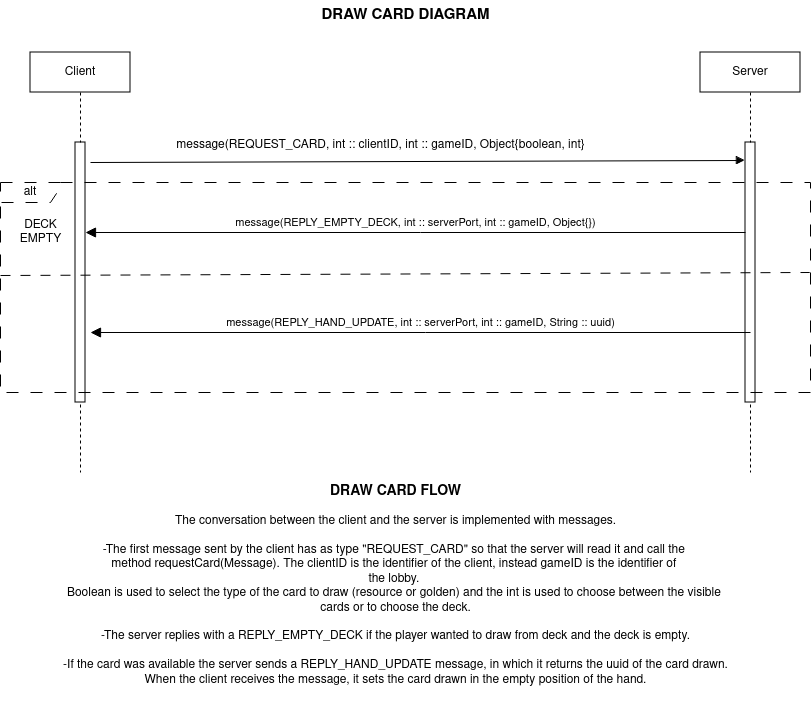
RogerTWS02/ing-sw-2024-Esposito-Falzoni-Frisone-Grassi keeps this draw.io diagram as deliverables/network_diagrams_drawio/draw_card_diagram.png. Above is the earlier version. Source tidied: cells renumbered, new cells last; positions are measured from the earlier drawing's top-left corner, leaving out a move shared by most shapes. Source of this version:
```xml
<mxGraphModel>
  <root>
    <mxCell id="0" />
    <mxCell id="1" parent="0" />
    <mxCell id="2" value="Server" style="shape=umlLifeline;perimeter=lifelinePerimeter;whiteSpace=wrap;html=1;newEdgeStyle={&quot;edgeStyle&quot;:&quot;elbowEdgeStyle&quot;,&quot;elbow&quot;:&quot;vertical&quot;,&quot;curved&quot;:0,&quot;rounded&quot;:0};" parent="1" vertex="1">
      <mxGeometry x="700" y="52" width="100" height="420" as="geometry" />
    </mxCell>
    <mxCell id="3" style="html=1;perimeter=orthogonalPerimeter;targetShapes=umlLifeline;newEdgeStyle={&quot;curved&quot;:0,&quot;rounded&quot;:0};" parent="2" vertex="1">
      <mxGeometry x="45" y="90" width="10" height="260" as="geometry" />
    </mxCell>
    <mxCell id="4" value="Client" style="shape=umlLifeline;perimeter=lifelinePerimeter;whiteSpace=wrap;html=1;newEdgeStyle={&quot;edgeStyle&quot;:&quot;elbowEdgeStyle&quot;,&quot;elbow&quot;:&quot;vertical&quot;,&quot;curved&quot;:0,&quot;rounded&quot;:0};" parent="1" vertex="1">
      <mxGeometry x="30" y="52" width="100" height="420" as="geometry" />
    </mxCell>
    <mxCell id="5" style="html=1;perimeter=orthogonalPerimeter;targetShapes=umlLifeline;newEdgeStyle={&quot;curved&quot;:0,&quot;rounded&quot;:0};" parent="4" vertex="1">
      <mxGeometry x="45" y="90" width="10" height="260" as="geometry" />
    </mxCell>
    <mxCell id="6" value="&lt;b&gt;&lt;font style=&quot;font-size: 15px;&quot;&gt;DRAW CARD DIAGRAM&lt;/font&gt;&lt;/b&gt;" style="text;html=1;align=center;verticalAlign=middle;strokeColor=none;fillColor=none;" parent="1" vertex="1">
      <mxGeometry x="310" width="190" height="30" as="geometry" />
    </mxCell>
    <mxCell id="7" style="html=1;verticalAlign=bottom;labelBackgroundColor=none;endArrow=block;endFill=1;rounded=0;" parent="1" edge="1">
      <mxGeometry relative="1" as="geometry">
        <mxPoint x="90" y="162" as="sourcePoint" />
        <mxPoint x="744.5" y="160" as="targetPoint" />
      </mxGeometry>
    </mxCell>
    <mxCell id="8" value="message(REQUEST_CARD, int :: clientID, int :: gameID, Object{boolean, int}" style="text;html=1;align=center;verticalAlign=middle;strokeColor=none;fillColor=none;" parent="1" vertex="1">
      <mxGeometry x="165" y="130" width="430" height="30" as="geometry" />
    </mxCell>
    <mxCell id="9" value="&lt;div&gt;&lt;b&gt;&lt;font style=&quot;font-size: 14px;&quot;&gt;DRAW CARD FLOW&lt;/font&gt;&lt;/b&gt;&lt;/div&gt;&lt;div&gt;&lt;br&gt;&lt;/div&gt;The conversation between the client and the server is implemented with messages.&lt;div&gt;&lt;br&gt;&lt;/div&gt;&lt;div&gt;-The first message sent by the client has as type &quot;REQUEST_CARD&quot; so that the server will read it and call the&amp;nbsp;&lt;/div&gt;&lt;div&gt;method requestCard(Message). The clientID is the identifier of the client, instead gameID is the identifier of&amp;nbsp;&lt;/div&gt;&lt;div&gt;the lobby.&amp;nbsp;&lt;/div&gt;&lt;div&gt;Boolean is used to select the type of the card to draw (resource or golden) and the int is used to choose between the visible&amp;nbsp;&lt;/div&gt;&lt;div&gt;cards or to choose the deck.&lt;/div&gt;&lt;div&gt;&lt;br&gt;&lt;/div&gt;&lt;div&gt;-The server replies with a REPLY_EMPTY_DECK if the player wanted to draw from deck and the deck is empty.&lt;/div&gt;&lt;div&gt;&lt;br&gt;&lt;/div&gt;&lt;div&gt;-If the card was available the server sends a REPLY_HAND_UPDATE message, in which it returns the uuid of the card drawn.&lt;/div&gt;&lt;div&gt;When the client receives the message, it sets the card drawn in the empty position of the hand.&lt;br&gt;&lt;div&gt;&lt;br&gt;&lt;/div&gt;&lt;/div&gt;" style="text;html=1;align=center;verticalAlign=middle;strokeColor=none;fillColor=none;" parent="1" vertex="1">
      <mxGeometry x="50" y="477" width="690" height="230" as="geometry" />
    </mxCell>
    <mxCell id="10" value="alt" style="shape=umlFrame;whiteSpace=wrap;html=1;width=60;height=20;dashed=1;dashPattern=12 12;" parent="1" vertex="1">
      <mxGeometry y="182" width="810" height="210" as="geometry" />
    </mxCell>
    <mxCell id="11" value="message(REPLY_EMPTY_DECK, int :: serverPort, int :: gameID, Object{})" style="endArrow=block;startArrow=none;endFill=1;startFill=0;endSize=8;html=1;verticalAlign=bottom;labelBackgroundColor=none;rounded=0;" parent="10" edge="1">
      <mxGeometry relative="1" as="geometry">
        <mxPoint x="745" y="50" as="sourcePoint" />
        <mxPoint x="85" y="50" as="targetPoint" />
      </mxGeometry>
    </mxCell>
    <mxCell id="12" value="DECK&lt;div&gt;EMPTY&lt;/div&gt;" style="text;html=1;align=center;verticalAlign=middle;strokeColor=none;fillColor=none;" parent="10" vertex="1">
      <mxGeometry x="10" y="30" width="60" height="40" as="geometry" />
    </mxCell>
    <mxCell id="13" style="endArrow=none;startArrow=none;endFill=0;startFill=0;endSize=8;html=1;verticalAlign=bottom;dashed=1;labelBackgroundColor=none;dashPattern=10 10;rounded=0;entryX=1;entryY=0.424;entryDx=0;entryDy=0;entryPerimeter=0;exitX=0.001;exitY=0.436;exitDx=0;exitDy=0;exitPerimeter=0;" parent="10" edge="1">
      <mxGeometry relative="1" as="geometry">
        <mxPoint y="93" as="sourcePoint" />
        <mxPoint x="809.2" y="90" as="targetPoint" />
      </mxGeometry>
    </mxCell>
    <mxCell id="14" value="message(REPLY_HAND_UPDATE, int :: serverPort, int :: gameID, String :: uuid)" style="endArrow=block;startArrow=none;endFill=1;startFill=0;endSize=8;html=1;verticalAlign=bottom;labelBackgroundColor=none;rounded=0;" parent="10" edge="1">
      <mxGeometry relative="1" as="geometry">
        <mxPoint x="750" y="150" as="sourcePoint" />
        <mxPoint x="90" y="150" as="targetPoint" />
      </mxGeometry>
    </mxCell>
  </root>
</mxGraphModel>
```
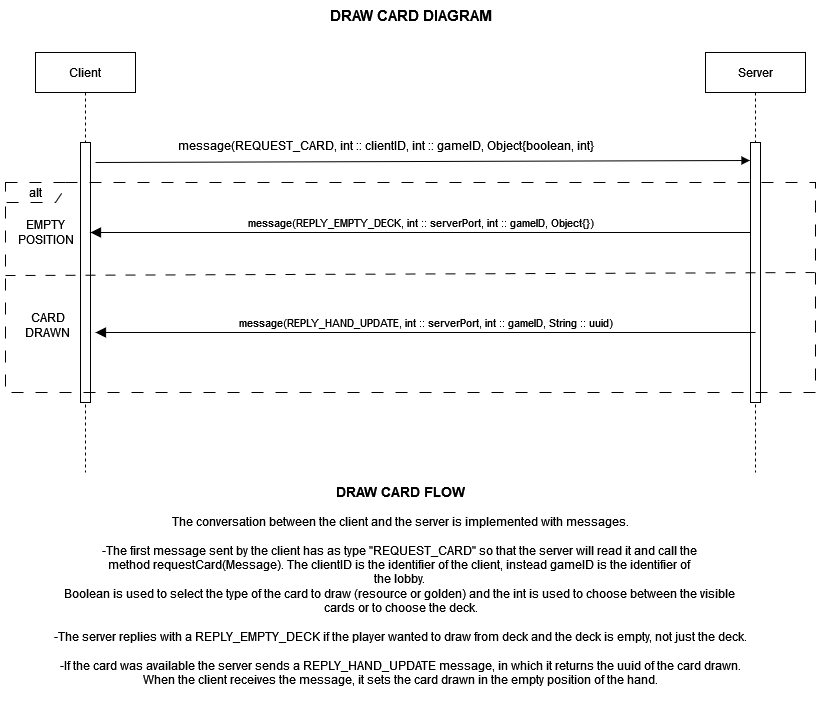
The same diagram one commit later.

Diff of the diagram source:
```diff
@@ -26,8 +26,8 @@
     <mxCell id="8" value="message(REQUEST_CARD, int :: clientID, int :: gameID, Object{boolean, int}" style="text;html=1;align=center;verticalAlign=middle;strokeColor=none;fillColor=none;" parent="1" vertex="1">
       <mxGeometry x="165" y="130" width="430" height="30" as="geometry" />
     </mxCell>
-    <mxCell id="9" value="&lt;div&gt;&lt;b&gt;&lt;font style=&quot;font-size: 14px;&quot;&gt;DRAW CARD FLOW&lt;/font&gt;&lt;/b&gt;&lt;/div&gt;&lt;div&gt;&lt;br&gt;&lt;/div&gt;The conversation between the client and the server is implemented with messages.&lt;div&gt;&lt;br&gt;&lt;/div&gt;&lt;div&gt;-The first message sent by the client has as type &quot;REQUEST_CARD&quot; so that the server will read it and call the&amp;nbsp;&lt;/div&gt;&lt;div&gt;method requestCard(Message). The clientID is the identifier of the client, instead gameID is the identifier of&amp;nbsp;&lt;/div&gt;&lt;div&gt;the lobby.&amp;nbsp;&lt;/div&gt;&lt;div&gt;Boolean is used to select the type of the card to draw (resource or golden) and the int is used to choose between the visible&amp;nbsp;&lt;/div&gt;&lt;div&gt;cards or to choose the deck.&lt;/div&gt;&lt;div&gt;&lt;br&gt;&lt;/div&gt;&lt;div&gt;-The server replies with a REPLY_EMPTY_DECK if the player wanted to draw from deck and the deck is empty.&lt;/div&gt;&lt;div&gt;&lt;br&gt;&lt;/div&gt;&lt;div&gt;-If the card was available the server sends a REPLY_HAND_UPDATE message, in which it returns the uuid of the card drawn.&lt;/div&gt;&lt;div&gt;When the client receives the message, it sets the card drawn in the empty position of the hand.&lt;br&gt;&lt;div&gt;&lt;br&gt;&lt;/div&gt;&lt;/div&gt;" style="text;html=1;align=center;verticalAlign=middle;strokeColor=none;fillColor=none;" parent="1" vertex="1">
-      <mxGeometry x="50" y="477" width="690" height="230" as="geometry" />
+    <mxCell id="9" value="&lt;div&gt;&lt;b&gt;&lt;font style=&quot;font-size: 14px;&quot;&gt;DRAW CARD FLOW&lt;/font&gt;&lt;/b&gt;&lt;/div&gt;&lt;div&gt;&lt;br&gt;&lt;/div&gt;The conversation between the client and the server is implemented with messages.&lt;div&gt;&lt;br&gt;&lt;/div&gt;&lt;div&gt;-The first message sent by the client has as type &quot;REQUEST_CARD&quot; so that the server will read it and call the&amp;nbsp;&lt;/div&gt;&lt;div&gt;method requestCard(Message). The clientID is the identifier of the client, instead gameID is the identifier of&amp;nbsp;&lt;/div&gt;&lt;div&gt;the lobby.&amp;nbsp;&lt;/div&gt;&lt;div&gt;Boolean is used to select the type of the card to draw (resource or golden) and the int is used to choose between the visible&amp;nbsp;&lt;/div&gt;&lt;div&gt;cards or to choose the deck.&lt;/div&gt;&lt;div&gt;&lt;br&gt;&lt;/div&gt;&lt;div&gt;-The server replies with a REPLY_EMPTY_DECK if the player wanted to draw from deck and the deck is empty, not just the deck.&lt;/div&gt;&lt;div&gt;&lt;br&gt;&lt;/div&gt;&lt;div&gt;-If the card was available the server sends a REPLY_HAND_UPDATE message, in which it returns the uuid of the card drawn.&lt;/div&gt;&lt;div&gt;When the client receives the message, it sets the card drawn in the empty position of the hand.&lt;br&gt;&lt;div&gt;&lt;br&gt;&lt;/div&gt;&lt;/div&gt;" style="text;html=1;align=center;verticalAlign=middle;strokeColor=none;fillColor=none;" parent="1" vertex="1">
+      <mxGeometry x="10" y="477" width="770" height="230" as="geometry" />
     </mxCell>
     <mxCell id="10" value="alt" style="shape=umlFrame;whiteSpace=wrap;html=1;width=60;height=20;dashed=1;dashPattern=12 12;" parent="1" vertex="1">
       <mxGeometry y="182" width="810" height="210" as="geometry" />
@@ -38,8 +38,8 @@
         <mxPoint x="85" y="50" as="targetPoint" />
       </mxGeometry>
     </mxCell>
-    <mxCell id="12" value="DECK&lt;div&gt;EMPTY&lt;/div&gt;" style="text;html=1;align=center;verticalAlign=middle;strokeColor=none;fillColor=none;" parent="10" vertex="1">
-      <mxGeometry x="10" y="30" width="60" height="40" as="geometry" />
+    <mxCell id="12" value="EMPTY&lt;br&gt;&lt;div&gt;POSITION&lt;/div&gt;" style="text;html=1;align=center;verticalAlign=middle;strokeColor=none;fillColor=none;" parent="10" vertex="1">
+      <mxGeometry x="-5" y="30" width="90" height="40" as="geometry" />
     </mxCell>
     <mxCell id="13" style="endArrow=none;startArrow=none;endFill=0;startFill=0;endSize=8;html=1;verticalAlign=bottom;dashed=1;labelBackgroundColor=none;dashPattern=10 10;rounded=0;entryX=1;entryY=0.424;entryDx=0;entryDy=0;entryPerimeter=0;exitX=0.001;exitY=0.436;exitDx=0;exitDy=0;exitPerimeter=0;" parent="10" edge="1">
       <mxGeometry relative="1" as="geometry">
@@ -53,5 +53,8 @@
         <mxPoint x="90" y="150" as="targetPoint" />
       </mxGeometry>
     </mxCell>
+    <mxCell id="15" value="&lt;div&gt;CARD&lt;/div&gt;&lt;div&gt;DRAWN&lt;br&gt;&lt;/div&gt;" style="text;html=1;align=center;verticalAlign=middle;strokeColor=none;fillColor=none;" parent="1" vertex="1">
+      <mxGeometry x="7" y="305" width="70" height="40" as="geometry" />
+    </mxCell>
   </root>
 </mxGraphModel>
```
